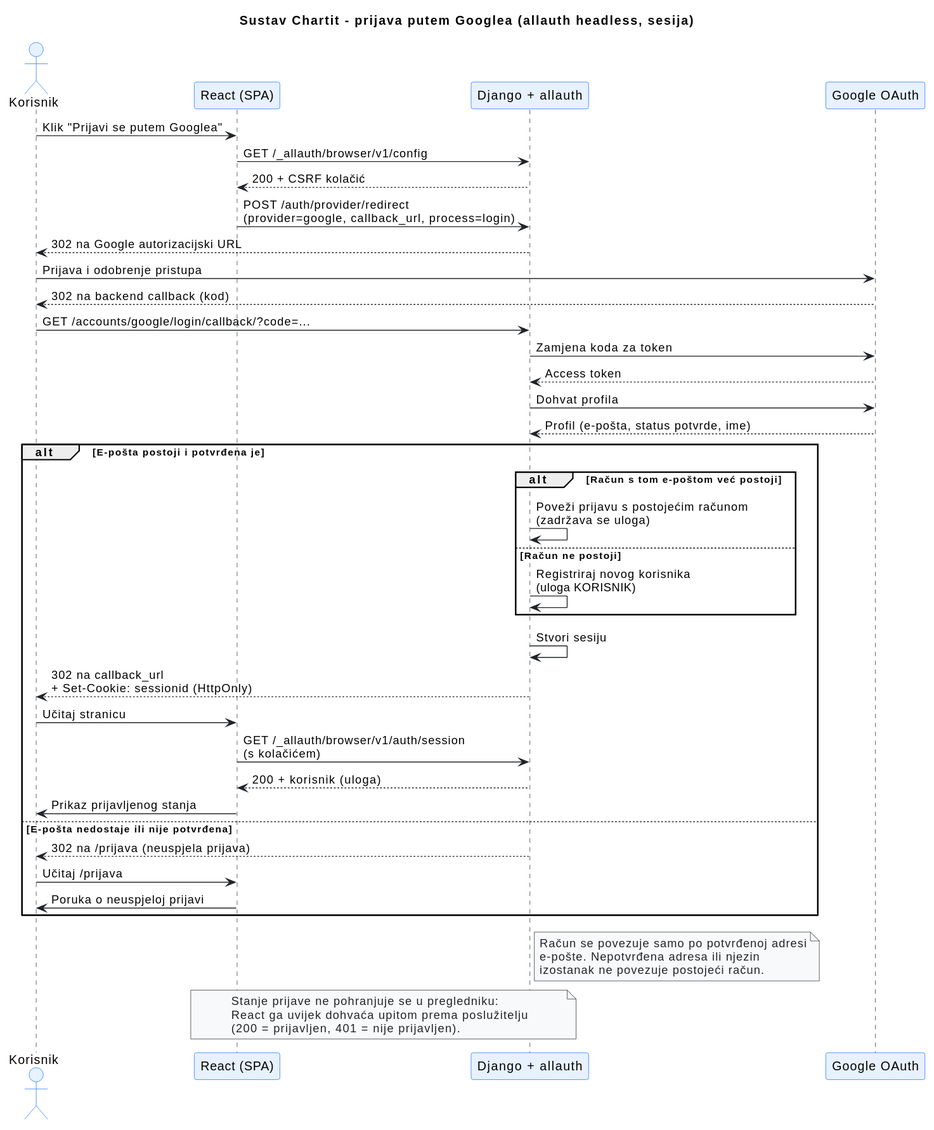
Above: docs/assets/diagrams/4-6-chartit-oauth-SD.svg in tmpteamname1/ChartIt (PlantUML), before the change.
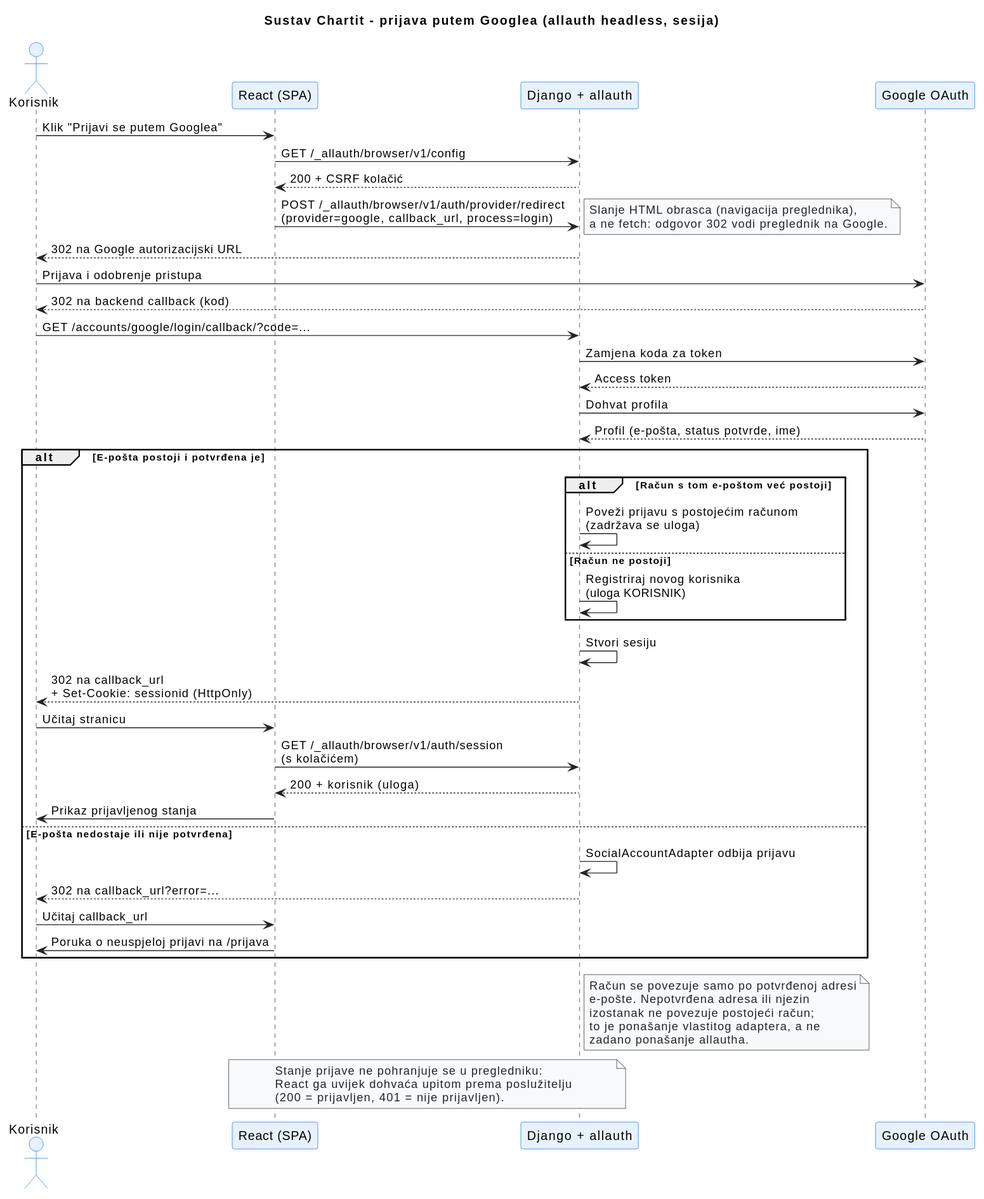
After the commit.

Change to the diagram source:
```diff
@@ -29,7 +29,11 @@
 Korisnik -> FE : Klik "Prijavi se putem Googlea"
 FE -> BE : GET /_allauth/browser/v1/config
 BE --> FE : 200 + CSRF kolačić
-FE -> BE : POST /auth/provider/redirect\n(provider=google, callback_url, process=login)
+FE -> BE : POST /_allauth/browser/v1/auth/provider/redirect\n(provider=google, callback_url, process=login)
+note right
+  Slanje HTML obrasca (navigacija preglednika),
+  a ne fetch: odgovor 302 vodi preglednik na Google.
+end note
 BE --> Korisnik : 302 na Google autorizacijski URL
 
 Korisnik -> G : Prijava i odobrenje pristupa
@@ -53,16 +57,19 @@
   BE --> FE : 200 + korisnik (uloga)
   FE -> Korisnik : Prikaz prijavljenog stanja
 else E-pošta nedostaje ili nije potvrđena
-  BE --> Korisnik : 302 na /prijava (neuspjela prijava)
-  Korisnik -> FE : Učitaj /prijava
-  FE -> Korisnik : Poruka o neuspjeloj prijavi
+  BE -> BE : SocialAccountAdapter odbija prijavu
+  BE --> Korisnik : 302 na callback_url?error=...
+  Korisnik -> FE : Učitaj callback_url
+  FE -> Korisnik : Poruka o neuspjeloj prijavi na /prijava
 end
 
 
 note right of BE
   Račun se povezuje samo po potvrđenoj adresi
   e-pošte. Nepotvrđena adresa ili njezin
-  izostanak ne povezuje postojeći račun.
+  izostanak ne povezuje postojeći račun;
+  to je ponašanje vlastitog adaptera, a ne
+  zadano ponašanje allautha.
 end note
 
 note over FE, BE
```
